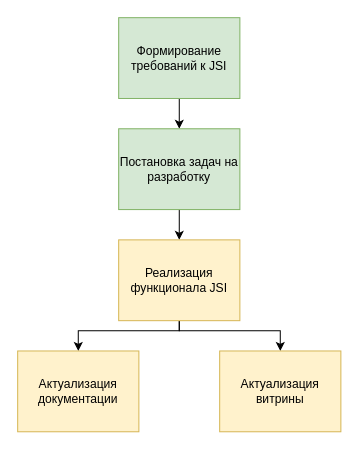
The draw.io diagram dc-webview-old-flow.drawio in Lomovskiy/drawio, before the edit. Source tidied: cells renumbered, new cells numbered last; positions are measured from the earlier drawing's top-left corner, leaving out a move shared by most shapes. Both pictures are drawn from the tidied source at 101%, with x=0, y=0 at pixel (17, 17).
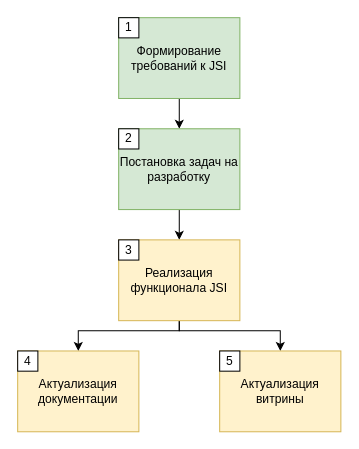
Above is the later version.

Diff of the diagram source:
```diff
@@
 <mxGraphModel>
   <root>
     <mxCell id="0" />
     <mxCell id="1" parent="0" />
     <mxCell id="2" style="edgeStyle=orthogonalEdgeStyle;rounded=0;jettySize=auto;html=1;exitX=0.5;exitY=1;exitDx=0;exitDy=0;entryX=0.5;entryY=0;entryDx=0;entryDy=0;" parent="1" edge="1" source="3" target="5">
       <mxGeometry relative="1" as="geometry" />
     </mxCell>
     <mxCell id="3" value="Формирование требований к JSI" style="rounded=0;whiteSpace=wrap;html=1;enumerate=0;fillColor=#d5e8d4;strokeColor=#82b366;" parent="1" vertex="1">
       <mxGeometry x="100" width="120" height="80" as="geometry" />
     </mxCell>
     <mxCell id="4" style="edgeStyle=orthogonalEdgeStyle;rounded=0;jettySize=auto;html=1;exitX=0.5;exitY=1;exitDx=0;exitDy=0;entryX=0.5;entryY=0;entryDx=0;entryDy=0;" parent="1" edge="1" source="5" target="8">
       <mxGeometry relative="1" as="geometry" />
     </mxCell>
     <mxCell id="5" value="Постановка задач на разработку" style="rounded=0;whiteSpace=wrap;html=1;enumerate=0;fillColor=#d5e8d4;strokeColor=#82b366;" parent="1" vertex="1">
       <mxGeometry x="100" y="110" width="120" height="80" as="geometry" />
     </mxCell>
     <mxCell id="6" style="edgeStyle=orthogonalEdgeStyle;rounded=0;jettySize=auto;html=1;exitX=0.5;exitY=1;exitDx=0;exitDy=0;entryX=0.5;entryY=0;entryDx=0;entryDy=0;" parent="1" edge="1" source="8" target="9">
       <mxGeometry relative="1" as="geometry">
         <Array as="points">
           <mxPoint x="160" y="310" />
           <mxPoint x="60" y="310" />
         </Array>
       </mxGeometry>
     </mxCell>
     <mxCell id="7" style="edgeStyle=orthogonalEdgeStyle;rounded=0;jettySize=auto;html=1;exitX=0.5;exitY=1;exitDx=0;exitDy=0;entryX=0.5;entryY=0;entryDx=0;entryDy=0;" parent="1" edge="1" source="8" target="10">
       <mxGeometry relative="1" as="geometry">
         <Array as="points">
           <mxPoint x="160" y="310" />
           <mxPoint x="260" y="310" />
         </Array>
       </mxGeometry>
     </mxCell>
     <mxCell id="8" value="Реализация функционала JSI" style="rounded=0;whiteSpace=wrap;html=1;enumerate=0;fillColor=#fff2cc;strokeColor=#d6b656;" parent="1" vertex="1">
       <mxGeometry x="100" y="220" width="120" height="80" as="geometry" />
     </mxCell>
     <mxCell id="9" value="Актуализация документации" style="rounded=0;whiteSpace=wrap;html=1;enumerate=0;fillColor=#fff2cc;strokeColor=#d6b656;" parent="1" vertex="1">
       <mxGeometry y="330" width="120" height="80" as="geometry" />
     </mxCell>
     <mxCell id="10" value="Актуализация витрины" style="rounded=0;whiteSpace=wrap;html=1;enumerate=0;fillColor=#fff2cc;strokeColor=#d6b656;" parent="1" vertex="1">
       <mxGeometry x="200" y="330" width="120" height="80" as="geometry" />
     </mxCell>
+    <mxCell id="11" value="1" style="rounded=0;whiteSpace=wrap;html=1;" parent="1" vertex="1">
+      <mxGeometry x="100" width="20" height="20" as="geometry" />
+    </mxCell>
+    <mxCell id="12" value="2" style="rounded=0;whiteSpace=wrap;html=1;" parent="1" vertex="1">
+      <mxGeometry x="100" y="110" width="20" height="20" as="geometry" />
+    </mxCell>
+    <mxCell id="13" value="3" style="rounded=0;whiteSpace=wrap;html=1;" parent="1" vertex="1">
+      <mxGeometry x="100" y="220" width="20" height="20" as="geometry" />
+    </mxCell>
+    <mxCell id="14" value="4" style="rounded=0;whiteSpace=wrap;html=1;" parent="1" vertex="1">
+      <mxGeometry y="330" width="20" height="20" as="geometry" />
+    </mxCell>
+    <mxCell id="15" value="5" style="rounded=0;whiteSpace=wrap;html=1;" parent="1" vertex="1">
+      <mxGeometry x="200" y="330" width="20" height="20" as="geometry" />
+    </mxCell>
   </root>
 </mxGraphModel>
```
